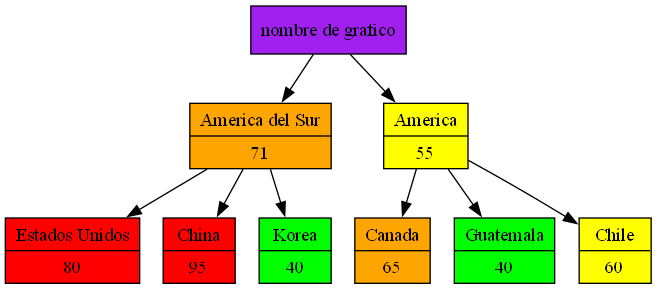
Before: Proyecto1/grafica.png, a diagram exported from Graphviz (Ennero/-LFP-2S24Proyectos_202302220). Its source is kept beside it as Proyecto1/grafica.dot.
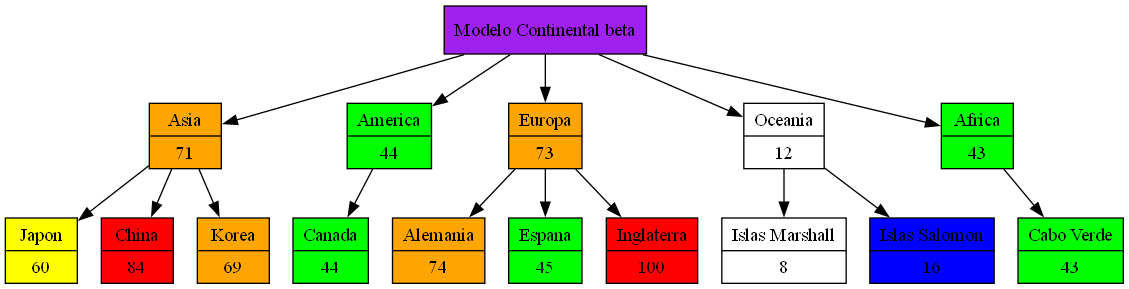
The same file after the commit.

Change to the diagram source:
```diff
@@ -1,21 +1,35 @@
 digraph Grafica {
 rankdir=TB;
 node [shape = record, style = filled];
-"nombre de grafico" [Label="{nombre de grafico}" fillcolor="purple"];
-"America del Sur" [label="{America del Sur|71}" fillcolor="orange";];
-"nombre de grafico" -> "America del Sur";
-"Estados Unidos" [label="{Estados Unidos|80}" fillcolor="red";];
-"America del Sur" -> "Estados Unidos";
-"China" [label="{China|95}" fillcolor="red";];
-"America del Sur" -> "China";
-"Korea" [label="{Korea|40}" fillcolor="green";];
-"America del Sur" -> "Korea";
-"America" [label="{America|55}" fillcolor="yellow";];
-"nombre de grafico" -> "America";
-"Canada" [label="{Canada|65}" fillcolor="orange";];
+"Modelo Continental beta" [Label="{Modelo Continental beta}" fillcolor="purple"];
+"Asia" [label="{Asia|71}" fillcolor="orange";];
+"Modelo Continental beta" -> "Asia";
+"Japon" [label="{Japon|60}" fillcolor="yellow";];
+"Asia" -> "Japon";
+"China" [label="{China|84}" fillcolor="red";];
+"Asia" -> "China";
+"Korea" [label="{Korea|69}" fillcolor="orange";];
+"Asia" -> "Korea";
+"America" [label="{America|44}" fillcolor="green";];
+"Modelo Continental beta" -> "America";
+"Canada" [label="{Canada|44}" fillcolor="green";];
 "America" -> "Canada";
-"Guatemala" [label="{Guatemala|40}" fillcolor="green";];
-"America" -> "Guatemala";
-"Chile" [label="{Chile|60}" fillcolor="yellow";];
-"America" -> "Chile";
+"Europa" [label="{Europa|73}" fillcolor="orange";];
+"Modelo Continental beta" -> "Europa";
+"Alemania" [label="{Alemania|74}" fillcolor="orange";];
+"Europa" -> "Alemania";
+"Espana" [label="{Espana|45}" fillcolor="green";];
+"Europa" -> "Espana";
+"Inglaterra" [label="{Inglaterra|100}" fillcolor="red";];
+"Europa" -> "Inglaterra";
+"Oceania" [label="{Oceania|12}" fillcolor="white";];
+"Modelo Continental beta" -> "Oceania";
+"Islas Marshall" [label="{Islas Marshall|8}" fillcolor="white";];
+"Oceania" -> "Islas Marshall";
+"Islas Salomon" [label="{Islas Salomon|16}" fillcolor="blue";];
+"Oceania" -> "Islas Salomon";
+"Africa" [label="{Africa|43}" fillcolor="green";];
+"Modelo Continental beta" -> "Africa";
+"Cabo Verde" [label="{Cabo Verde|43}" fillcolor="green";];
+"Africa" -> "Cabo Verde";
 }
```
